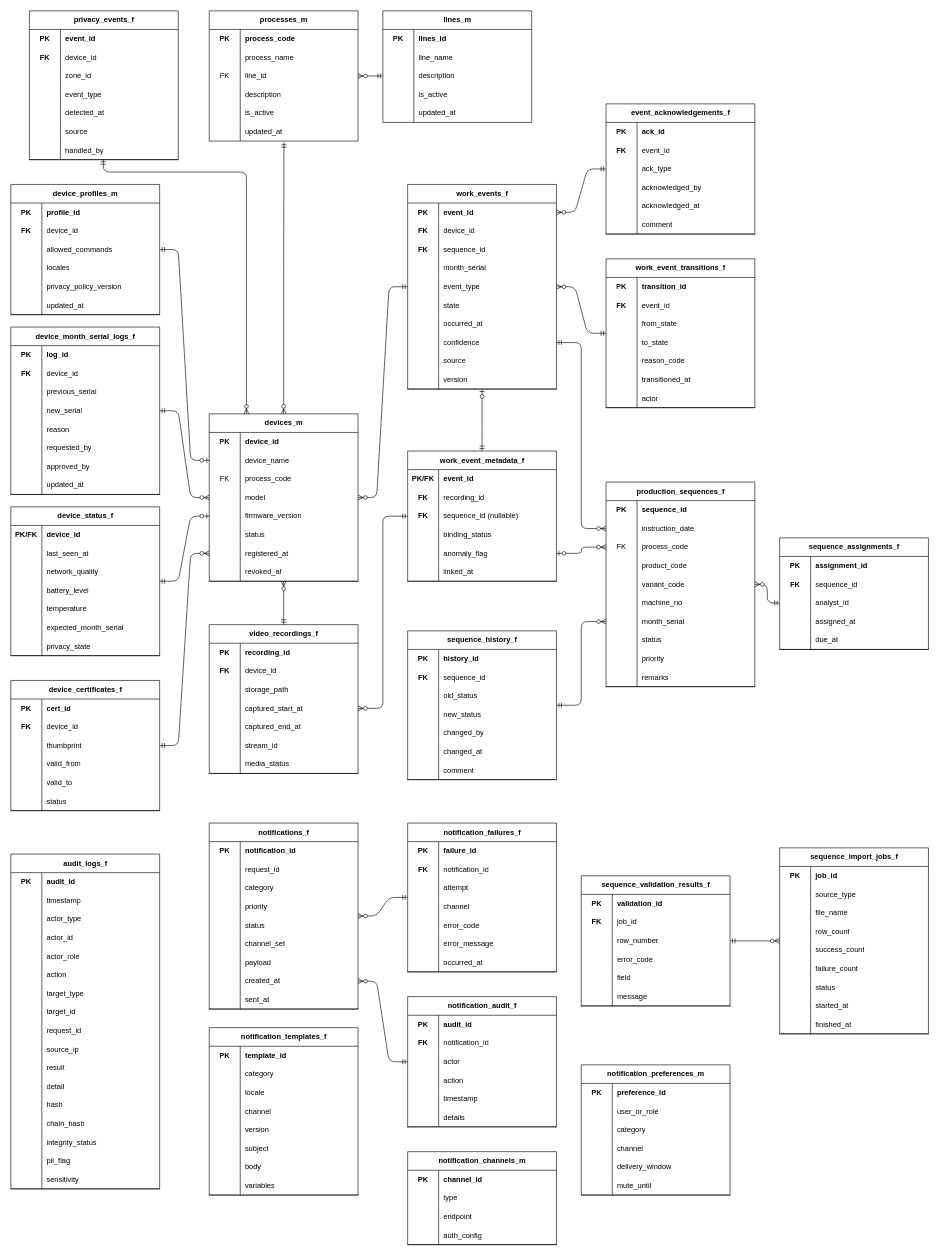
Before: docs/03000_設計書/03030_業務サービス層設計/03031_業務サービス層基本設計書/業務サービス層ER図.drawio in daichiTAAA/AirakuVision, a draw.io diagram. Source tidied: cells renumbered, new cells numbered last; positions are measured from the earlier drawing's top-left corner, leaving out a move shared by most shapes. Both pictures are drawn from the tidied source at 62%, with x=0, y=0 at pixel (11, 11).
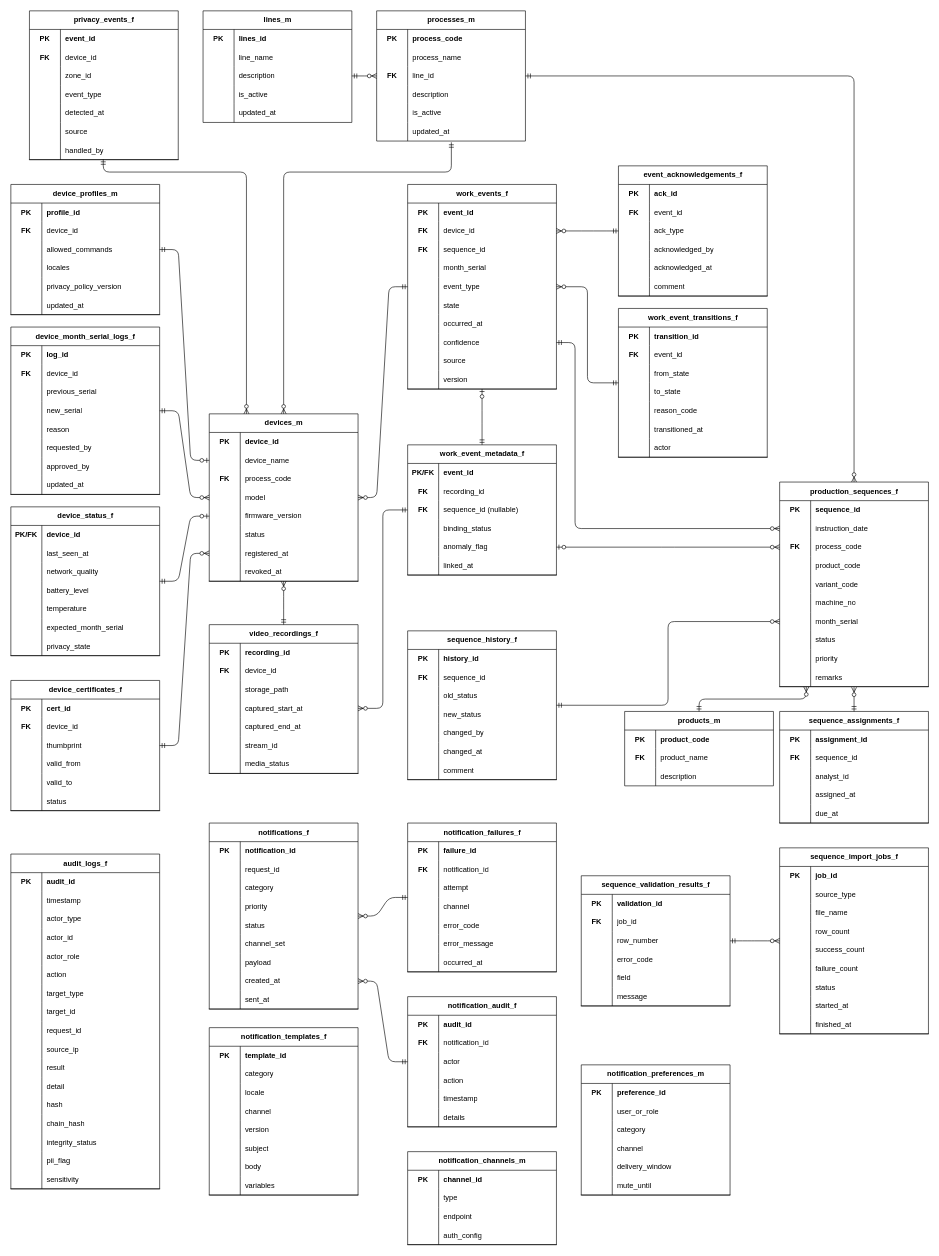
After the change.

Commit message (it also covers changes not shown here):
設計書を追加した

The change refers to these unchanged cells:
```xml
<mxCell id="2" value="devices_m" style="shape=table;startSize=30;childLayout=tableLayout;rowLines=0;fontStyle=1;align=center;html=1;" parent="1" vertex="1">
  <mxGeometry x="320" y="650" width="240" height="270" as="geometry" />
</mxCell>
<mxCell id="9" style="shape=tableRow;horizontal=0;startSize=0;swimlaneHead=0;swimlaneBody=0;fillColor=none;top=0;left=0;right=0;bottom=0;" parent="2" vertex="1">
  <mxGeometry y="90" width="240" height="30" as="geometry" />
</mxCell>
<mxCell id="138" style="shape=tableRow;horizontal=0;startSize=0;swimlaneHead=0;swimlaneBody=0;fillColor=none;points=[[0,0.5],[1,0.5]];portConstraint=eastwest;top=0;left=0;right=0;bottom=0;" parent="134" vertex="1">
  <mxGeometry y="60" width="240" height="30" as="geometry" />
</mxCell>
<mxCell id="141" style="shape=tableRow;horizontal=0;startSize=0;swimlaneHead=0;swimlaneBody=0;fillColor=none;points=[[0,0.5],[1,0.5]];portConstraint=eastwest;top=0;left=0;right=0;bottom=0;" parent="134" vertex="1">
  <mxGeometry y="90" width="240" height="30" as="geometry" />
</mxCell>
<mxCell id="147" style="shape=tableRow;horizontal=0;startSize=0;swimlaneHead=0;swimlaneBody=0;fillColor=none;points=[[0,0.5],[1,0.5]];portConstraint=eastwest;top=0;left=0;right=0;bottom=0;" parent="134" vertex="1">
  <mxGeometry y="150" width="240" height="30" as="geometry" />
</mxCell>
<mxCell id="162" style="shape=tableRow;horizontal=0;startSize=0;swimlaneHead=0;swimlaneBody=0;fillColor=none;points=[[0,0.5],[1,0.5]];portConstraint=eastwest;top=0;left=0;right=0;bottom=1;" parent="134" vertex="1">
  <mxGeometry y="300" width="240" height="30" as="geometry" />
</mxCell>
<mxCell id="194" style="shape=tableRow;horizontal=0;startSize=0;swimlaneHead=0;swimlaneBody=0;fillColor=none;points=[[0,0.5],[1,0.5]];portConstraint=eastwest;top=0;left=0;right=0;bottom=0;" parent="187" vertex="1">
  <mxGeometry y="90" width="240" height="30" as="geometry" />
</mxCell>
<mxCell id="250" value="work_events_f" style="shape=table;startSize=30;childLayout=tableLayout;rowLines=0;fontStyle=1;align=center;html=1;" parent="1" vertex="1">
  <mxGeometry x="640" y="280" width="240" height="330" as="geometry" />
</mxCell>
<mxCell id="251" style="shape=tableRow;horizontal=0;startSize=0;swimlaneHead=0;swimlaneBody=0;fillColor=none;points=[[0,0.5],[1,0.5]];portConstraint=eastwest;top=0;left=0;right=0;bottom=0;" parent="250" vertex="1">
  <mxGeometry y="30" width="240" height="30" as="geometry" />
</mxCell>
<mxCell id="254" style="shape=tableRow;horizontal=0;startSize=0;swimlaneHead=0;swimlaneBody=0;fillColor=none;points=[[0,0.5],[1,0.5]];portConstraint=eastwest;top=0;left=0;right=0;bottom=0;" parent="250" vertex="1">
  <mxGeometry y="60" width="240" height="30" as="geometry" />
</mxCell>
<mxCell id="272" style="shape=tableRow;horizontal=0;startSize=0;swimlaneHead=0;swimlaneBody=0;fillColor=none;points=[[0,0.5],[1,0.5]];portConstraint=eastwest;top=0;left=0;right=0;bottom=0;" parent="250" vertex="1">
  <mxGeometry y="240" width="240" height="30" as="geometry" />
</mxCell>
<mxCell id="566" style="shape=tableRow;horizontal=0;startSize=0;swimlaneHead=0;swimlaneBody=0;fillColor=none;points=[[0,0.5],[1,0.5]];portConstraint=eastwest;top=0;left=0;right=0;bottom=0;" parent="559" vertex="1">
  <mxGeometry y="90" width="240" height="30" as="geometry" />
</mxCell>
<mxCell id="575" style="shape=tableRow;horizontal=0;startSize=0;swimlaneHead=0;swimlaneBody=0;fillColor=none;points=[[0,0.5],[1,0.5]];portConstraint=eastwest;top=0;left=0;right=0;bottom=0;" parent="559" vertex="1">
  <mxGeometry y="180" width="240" height="30" as="geometry" />
</mxCell>
<mxCell id="585" style="shape=tableRow;horizontal=0;startSize=0;swimlaneHead=0;swimlaneBody=0;fillColor=none;points=[[0,0.5],[1,0.5]];portConstraint=eastwest;top=0;left=0;right=0;bottom=0;" parent="578" vertex="1">
  <mxGeometry y="90" width="240" height="30" as="geometry" />
</mxCell>
```

Change to the diagram source:
```diff
@@
-    <mxCell id="10" value="FK" style="shape=partialRectangle;fillColor=none;top=0;left=0;bottom=0;right=0;overflow=hidden;whiteSpace=wrap;html=1;" parent="9" vertex="1">
+    <mxCell id="10" value="&lt;b&gt;FK&lt;/b&gt;" style="shape=partialRectangle;fillColor=none;top=0;left=0;bottom=0;right=0;overflow=hidden;whiteSpace=wrap;html=1;" parent="9" vertex="1">
       <mxGeometry width="50" height="30" as="geometry" />
     </mxCell>
@@
     <mxCell id="134" value="production_sequences_f" style="shape=table;startSize=30;childLayout=tableLayout;rowLines=0;fontStyle=1;align=center;html=1;" parent="1" vertex="1">
-      <mxGeometry x="960" y="760" width="240" height="330" as="geometry" />
+      <mxGeometry x="1240" y="760" width="240" height="330" as="geometry" />
     </mxCell>
@@
-    <mxCell id="142" value="FK" style="shape=partialRectangle;fillColor=none;top=0;left=0;bottom=0;right=0;overflow=hidden;whiteSpace=wrap;html=1;" parent="141" vertex="1">
+    <mxCell id="142" value="&lt;b&gt;FK&lt;/b&gt;" style="shape=partialRectangle;fillColor=none;top=0;left=0;bottom=0;right=0;overflow=hidden;whiteSpace=wrap;html=1;" parent="141" vertex="1">
       <mxGeometry width="50" height="30" as="geometry" />
     </mxCell>
@@
     <mxCell id="187" value="sequence_assignments_f" style="shape=table;startSize=30;childLayout=tableLayout;rowLines=0;fontStyle=1;align=center;html=1;" parent="1" vertex="1">
-      <mxGeometry x="1240" y="850" width="240" height="180" as="geometry" />
+      <mxGeometry x="1240" y="1130" width="240" height="180" as="geometry" />
     </mxCell>
@@
     <mxCell id="281" value="work_event_metadata_f" style="shape=table;startSize=30;childLayout=tableLayout;rowLines=0;fontStyle=1;align=center;html=1;" parent="1" vertex="1">
-      <mxGeometry x="640" y="710" width="240" height="210" as="geometry" />
+      <mxGeometry x="640" y="700" width="240" height="210" as="geometry" />
     </mxCell>
@@
     <mxCell id="300" value="work_event_transitions_f" style="shape=table;startSize=30;childLayout=tableLayout;rowLines=0;fontStyle=1;align=center;html=1;" parent="1" vertex="1">
-      <mxGeometry x="960" y="400" width="240" height="240" as="geometry" />
+      <mxGeometry x="980" y="480" width="240" height="240" as="geometry" />
     </mxCell>
@@
     <mxCell id="322" value="event_acknowledgements_f" style="shape=table;startSize=30;childLayout=tableLayout;rowLines=0;fontStyle=1;align=center;html=1;" parent="1" vertex="1">
-      <mxGeometry x="960" y="150" width="240" height="210" as="geometry" />
+      <mxGeometry x="980" y="250" width="240" height="210" as="geometry" />
     </mxCell>
@@
     <mxCell id="548" style="edgeStyle=elbowEdgeStyle;fontSize=12;html=1;startArrow=ERzeroToMany;startFill=1;endArrow=ERmandOne;exitX=0;exitY=0.5;exitDx=0;exitDy=0;entryX=1;entryY=0.5;entryDx=0;entryDy=0;" parent="1" edge="1" source="138" target="272">
-      <mxGeometry relative="1" as="geometry" />
+      <mxGeometry relative="1" as="geometry">
+        <Array as="points">
+          <mxPoint x="910" y="690" />
+        </Array>
+      </mxGeometry>
     </mxCell>
@@
-    <mxCell id="550" style="edgeStyle=elbowEdgeStyle;fontSize=12;html=1;startArrow=ERzeroToMany;startFill=1;endArrow=ERmandOne;exitX=1;exitY=0.5;exitDx=0;exitDy=0;entryX=0;entryY=0.5;entryDx=0;entryDy=0;" parent="1" edge="1" source="147" target="194">
-      <mxGeometry relative="1" as="geometry" />
+    <mxCell id="550" style="fontSize=12;html=1;startArrow=ERzeroToMany;startFill=1;endArrow=ERmandOne;entryX=0.5;entryY=0;entryDx=0;entryDy=0;elbow=vertical;" parent="1" edge="1" target="187">
+      <mxGeometry relative="1" as="geometry">
+        <mxPoint x="1360" y="1091" as="sourcePoint" />
+      </mxGeometry>
     </mxCell>
@@
-    <mxCell id="552" style="edgeStyle=entityRelationEdgeStyle;fontSize=12;html=1;startArrow=ERzeroToMany;startFill=1;endArrow=ERmandOne;" parent="1" edge="1" source="250" target="300">
+    <mxCell id="552" style="edgeStyle=elbowEdgeStyle;fontSize=12;html=1;startArrow=ERzeroToMany;startFill=1;endArrow=ERmandOne;" parent="1" edge="1" source="250" target="300">
       <mxGeometry relative="1" as="geometry" />
     </mxCell>
-    <mxCell id="553" style="edgeStyle=entityRelationEdgeStyle;fontSize=12;html=1;startArrow=ERzeroToMany;startFill=1;endArrow=ERmandOne;exitX=1;exitY=0.5;exitDx=0;exitDy=0;" parent="1" edge="1" source="251" target="322">
+    <mxCell id="553" style="edgeStyle=entityRelationEdgeStyle;fontSize=12;html=1;startArrow=ERzeroToMany;startFill=1;endArrow=ERmandOne;exitX=1;exitY=0.5;exitDx=0;exitDy=0;" parent="1" edge="1" source="254" target="322">
       <mxGeometry relative="1" as="geometry" />
     </mxCell>
@@
     <mxCell id="559" value="processes_m" style="shape=table;startSize=30;childLayout=tableLayout;rowLines=0;fontStyle=1;align=center;html=1;" parent="1" vertex="1">
-      <mxGeometry x="320" width="240" height="210" as="geometry" />
+      <mxGeometry x="590" width="240" height="210" as="geometry" />
     </mxCell>
@@
-    <mxCell id="567" value="FK" style="shape=partialRectangle;fillColor=none;top=0;left=0;bottom=0;right=0;overflow=hidden;whiteSpace=wrap;html=1;" parent="566" vertex="1">
+    <mxCell id="567" value="&lt;b&gt;FK&lt;/b&gt;" style="shape=partialRectangle;fillColor=none;top=0;left=0;bottom=0;right=0;overflow=hidden;whiteSpace=wrap;html=1;" parent="566" vertex="1">
       <mxGeometry width="50" height="30" as="geometry" />
     </mxCell>
@@
     <mxCell id="578" value="lines_m" style="shape=table;startSize=30;childLayout=tableLayout;rowLines=0;fontStyle=1;align=center;html=1;" parent="1" vertex="1">
-      <mxGeometry x="600" width="240" height="180" as="geometry" />
+      <mxGeometry x="310" width="240" height="180" as="geometry" />
     </mxCell>
@@
     <mxCell id="594" style="edgeStyle=elbowEdgeStyle;fontSize=12;html=1;startArrow=ERzeroToMany;startFill=1;endArrow=ERmandOne;exitX=0.5;exitY=0;exitDx=0;exitDy=0;entryX=0.502;entryY=1.067;entryDx=0;entryDy=0;entryPerimeter=0;elbow=vertical;" parent="1" edge="1" source="2" target="575">
-      <mxGeometry relative="1" as="geometry" />
+      <mxGeometry relative="1" as="geometry">
+        <Array as="points">
+          <mxPoint x="590" y="260" />
+        </Array>
+      </mxGeometry>
     </mxCell>
-    <mxCell id="595" style="edgeStyle=elbowEdgeStyle;fontSize=12;html=1;startArrow=ERzeroToMany;startFill=1;endArrow=ERmandOne;exitX=1;exitY=0.5;exitDx=0;exitDy=0;entryX=0;entryY=0.5;entryDx=0;entryDy=0;elbow=vertical;" parent="1" edge="1" source="566" target="585">
+    <mxCell id="595" style="edgeStyle=elbowEdgeStyle;fontSize=12;html=1;startArrow=ERzeroToMany;startFill=1;endArrow=ERmandOne;entryX=1;entryY=0.5;entryDx=0;entryDy=0;exitX=0;exitY=0.5;exitDx=0;exitDy=0;" parent="1" edge="1" source="566" target="585">
       <mxGeometry relative="1" as="geometry" />
     </mxCell>
+    <mxCell id="596" style="edgeStyle=elbowEdgeStyle;fontSize=12;html=1;startArrow=ERzeroToMany;startFill=1;endArrow=ERmandOne;exitX=0.5;exitY=0;exitDx=0;exitDy=0;entryX=1;entryY=0.5;entryDx=0;entryDy=0;" parent="1" edge="1" source="134" target="566">
+      <mxGeometry relative="1" as="geometry">
+        <Array as="points">
+          <mxPoint x="1360" y="440" />
+        </Array>
+      </mxGeometry>
+    </mxCell>
+    <mxCell id="597" value="products_m" style="shape=table;startSize=30;childLayout=tableLayout;rowLines=0;fontStyle=1;align=center;html=1;" parent="1" vertex="1">
+      <mxGeometry x="990" y="1130" width="240" height="120" as="geometry" />
+    </mxCell>
+    <mxCell id="598" style="shape=tableRow;horizontal=0;startSize=0;swimlaneHead=0;swimlaneBody=0;fillColor=none;top=0;left=0;right=0;bottom=0;" parent="597" vertex="1">
+      <mxGeometry y="30" width="240" height="30" as="geometry" />
+    </mxCell>
+    <mxCell id="599" value="PK" style="shape=partialRectangle;fillColor=none;top=0;left=0;bottom=0;right=0;fontStyle=1;overflow=hidden;whiteSpace=wrap;html=1;" parent="598" vertex="1">
+      <mxGeometry width="50" height="30" as="geometry" />
+    </mxCell>
+    <mxCell id="600" value="product_code" style="shape=partialRectangle;fillColor=none;top=0;left=0;bottom=0;right=0;align=left;spacingLeft=6;fontStyle=1;overflow=hidden;whiteSpace=wrap;html=1;" parent="598" vertex="1">
+      <mxGeometry x="50" width="190" height="30" as="geometry" />
+    </mxCell>
+    <mxCell id="601" style="shape=tableRow;horizontal=0;startSize=0;swimlaneHead=0;swimlaneBody=0;fillColor=none;top=0;left=0;right=0;bottom=0;" parent="597" vertex="1">
+      <mxGeometry y="60" width="240" height="30" as="geometry" />
+    </mxCell>
+    <mxCell id="602" value="FK" style="shape=partialRectangle;fillColor=none;top=0;left=0;bottom=0;right=0;fontStyle=1;overflow=hidden;whiteSpace=wrap;html=1;" parent="601" vertex="1">
+      <mxGeometry width="50" height="30" as="geometry" />
+    </mxCell>
+    <mxCell id="603" value="product_name" style="shape=partialRectangle;fillColor=none;top=0;left=0;bottom=0;right=0;align=left;spacingLeft=6;overflow=hidden;whiteSpace=wrap;html=1;" parent="601" vertex="1">
+      <mxGeometry x="50" width="190" height="30" as="geometry" />
+    </mxCell>
+    <mxCell id="604" style="shape=tableRow;horizontal=0;startSize=0;swimlaneHead=0;swimlaneBody=0;fillColor=none;top=0;left=0;right=0;bottom=0;" parent="597" vertex="1">
+      <mxGeometry y="90" width="240" height="30" as="geometry" />
+    </mxCell>
+    <mxCell id="605" style="shape=partialRectangle;fillColor=none;top=0;left=0;bottom=0;right=0;overflow=hidden;whiteSpace=wrap;html=1;" parent="604" vertex="1">
+      <mxGeometry width="50" height="30" as="geometry" />
+    </mxCell>
+    <mxCell id="606" value="description" style="shape=partialRectangle;fillColor=none;top=0;left=0;bottom=0;right=0;align=left;spacingLeft=6;overflow=hidden;whiteSpace=wrap;html=1;" parent="604" vertex="1">
+      <mxGeometry x="50" width="190" height="30" as="geometry" />
+    </mxCell>
+    <mxCell id="607" style="fontSize=12;html=1;startArrow=ERzeroToMany;startFill=1;endArrow=ERmandOne;entryX=0.5;entryY=0;entryDx=0;entryDy=0;elbow=vertical;exitX=0.179;exitY=1.017;exitDx=0;exitDy=0;exitPerimeter=0;edgeStyle=elbowEdgeStyle;" parent="1" edge="1" source="162" target="597">
+      <mxGeometry relative="1" as="geometry" />
+    </mxCell>
```
